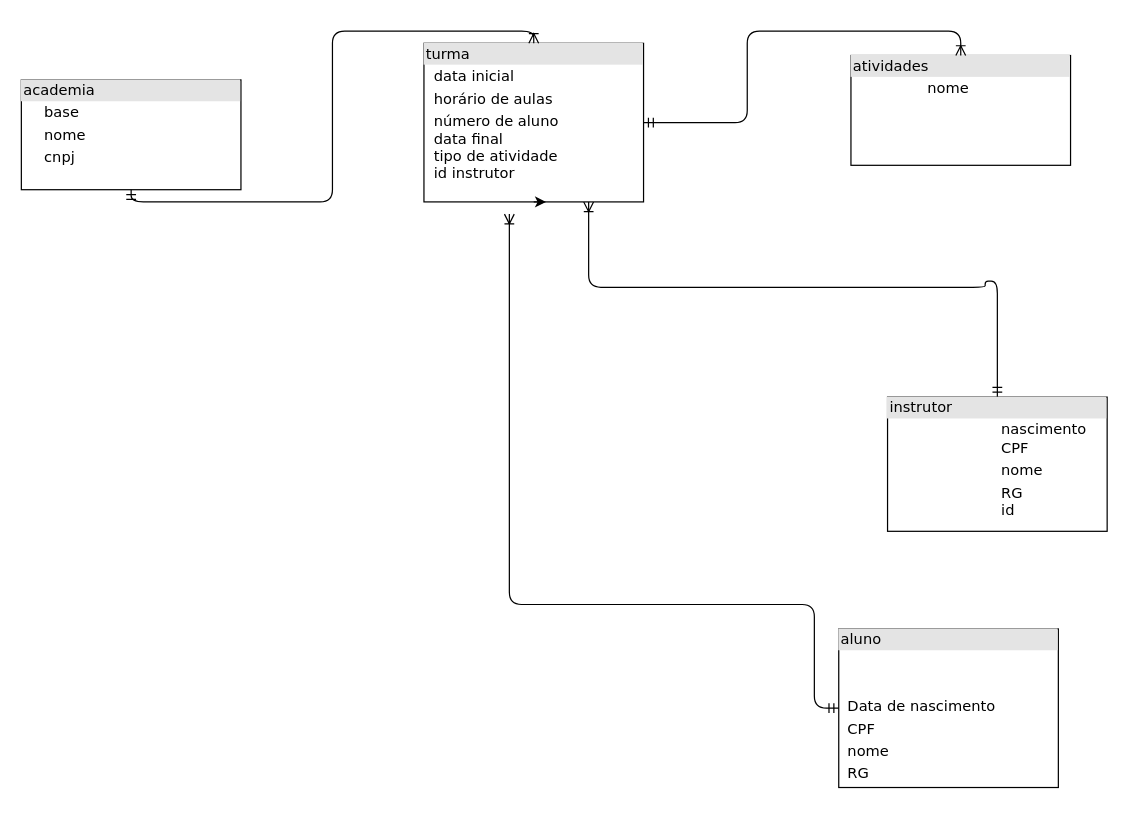
This is .drawio from K-lebb/BancoDeDados, a draw.io file, before an edit. Source tidied: cells renumbered, new cells numbered last; positions are measured from the earlier drawing's top-left corner, leaving out a move shared by most shapes. Both pictures are drawn from the tidied source at 122%, with x=0, y=0 at pixel (21, 43).
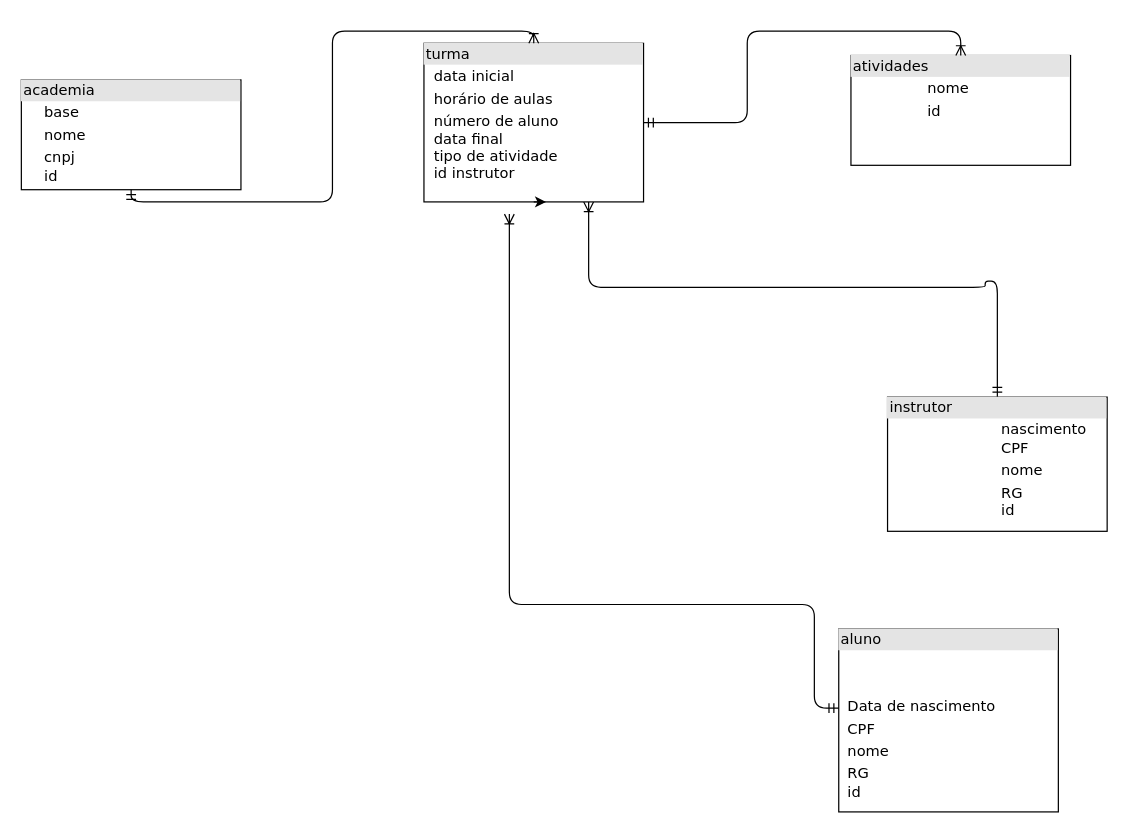
Above is the later version.

Diff of the diagram source:
```diff
@@
 <mxGraphModel>
   <root>
     <mxCell id="0" />
     <mxCell id="1" parent="0" />
-    <mxCell id="2" value="&lt;div style=&quot;box-sizing:border-box;width:100%;background:#e4e4e4;padding:2px;&quot;&gt;academia&lt;br&gt;&lt;/div&gt;&lt;table style=&quot;width:100%;font-size:1em;&quot; cellspacing=&quot;0&quot; cellpadding=&quot;2&quot;&gt;&lt;tbody&gt;&lt;tr&gt;&lt;td&gt;&lt;br&gt;&lt;/td&gt;&lt;td&gt;base&lt;br&gt;&lt;/td&gt;&lt;/tr&gt;&lt;tr&gt;&lt;td&gt;&lt;br&gt;&lt;/td&gt;&lt;td&gt;nome&lt;br&gt;&lt;/td&gt;&lt;/tr&gt;&lt;tr&gt;&lt;td&gt;&lt;/td&gt;&lt;td&gt;cnpj&lt;br&gt;&lt;/td&gt;&lt;/tr&gt;&lt;/tbody&gt;&lt;/table&gt;" style="verticalAlign=top;align=left;overflow=fill;html=1;rounded=0;shadow=0;comic=0;labelBackgroundColor=none;strokeWidth=1;fontFamily=Verdana;fontSize=12;" parent="1" vertex="1">
+    <mxCell id="2" value="&lt;div style=&quot;box-sizing:border-box;width:100%;background:#e4e4e4;padding:2px;&quot;&gt;academia&lt;br&gt;&lt;/div&gt;&lt;table style=&quot;width:100%;font-size:1em;&quot; cellspacing=&quot;0&quot; cellpadding=&quot;2&quot;&gt;&lt;tbody&gt;&lt;tr&gt;&lt;td&gt;&lt;br&gt;&lt;/td&gt;&lt;td&gt;base&lt;br&gt;&lt;/td&gt;&lt;/tr&gt;&lt;tr&gt;&lt;td&gt;&lt;br&gt;&lt;/td&gt;&lt;td&gt;nome&lt;br&gt;&lt;/td&gt;&lt;/tr&gt;&lt;tr&gt;&lt;td&gt;&lt;/td&gt;&lt;td&gt;cnpj&lt;br&gt;id&lt;br&gt;&lt;/td&gt;&lt;/tr&gt;&lt;/tbody&gt;&lt;/table&gt;" style="verticalAlign=top;align=left;overflow=fill;html=1;rounded=0;shadow=0;comic=0;labelBackgroundColor=none;strokeWidth=1;fontFamily=Verdana;fontSize=12;" parent="1" vertex="1">
       <mxGeometry y="30" width="180" height="90" as="geometry" />
     </mxCell>
     <mxCell id="3" style="edgeStyle=orthogonalEdgeStyle;html=1;labelBackgroundColor=none;startArrow=ERmandOne;endArrow=ERoneToMany;fontFamily=Verdana;fontSize=12;align=left;entryX=0.75;entryY=1;entryDx=0;entryDy=0;" parent="1" edge="1" source="4" target="7">
       <mxGeometry relative="1" as="geometry">
         <Array as="points">
           <mxPoint x="800" y="195" />
           <mxPoint x="790" y="195" />
           <mxPoint x="790" y="200" />
           <mxPoint x="465" y="200" />
         </Array>
       </mxGeometry>
     </mxCell>
     <mxCell id="4" value="&lt;div style=&quot;box-sizing: border-box ; width: 100% ; background: #e4e4e4 ; padding: 2px&quot;&gt;instrutor&lt;br&gt;&lt;/div&gt;&lt;table style=&quot;width: 100% ; font-size: 1em&quot; cellspacing=&quot;0&quot; cellpadding=&quot;2&quot;&gt;&lt;tbody&gt;&lt;tr&gt;&lt;td&gt;&lt;span style=&quot;white-space: pre;&quot;&gt;&#9;&lt;/span&gt;&lt;span style=&quot;white-space: pre;&quot;&gt;&#9;&lt;/span&gt;&lt;span style=&quot;white-space: pre;&quot;&gt;&#9;&lt;/span&gt;nascimento&lt;br&gt;&lt;span style=&quot;white-space: pre;&quot;&gt;&#9;&lt;/span&gt;&lt;span style=&quot;white-space: pre;&quot;&gt;&#9;&lt;/span&gt;&lt;span style=&quot;white-space: pre;&quot;&gt;&#9;&lt;/span&gt;CPF&lt;br&gt;&lt;/td&gt;&lt;td&gt;&lt;br&gt;&lt;/td&gt;&lt;/tr&gt;&lt;tr&gt;&lt;td&gt;&lt;span style=&quot;white-space: pre;&quot;&gt;&#9;&lt;/span&gt;&lt;span style=&quot;white-space: pre;&quot;&gt;&#9;&lt;/span&gt;&lt;span style=&quot;white-space: pre;&quot;&gt;&#9;&lt;/span&gt;nome&lt;br&gt;&lt;/td&gt;&lt;td&gt;&lt;br&gt;&lt;/td&gt;&lt;/tr&gt;&lt;tr&gt;&lt;td&gt;&lt;span style=&quot;white-space: pre;&quot;&gt;&#9;&lt;/span&gt;&lt;span style=&quot;white-space: pre;&quot;&gt;&#9;&lt;/span&gt;&lt;span style=&quot;white-space: pre;&quot;&gt;&#9;&lt;/span&gt;RG&lt;br&gt;&lt;span style=&quot;white-space: pre;&quot;&gt;&#9;&lt;/span&gt;&lt;span style=&quot;white-space: pre;&quot;&gt;&#9;&lt;/span&gt;&lt;span style=&quot;white-space: pre;&quot;&gt;&#9;&lt;/span&gt;id&lt;br&gt;&lt;br&gt;&lt;/td&gt;&lt;td&gt;&lt;br&gt;&lt;/td&gt;&lt;/tr&gt;&lt;tr&gt;&lt;td&gt;&lt;br&gt;&lt;/td&gt;&lt;td&gt;&lt;br&gt;&lt;/td&gt;&lt;/tr&gt;&lt;/tbody&gt;&lt;/table&gt;" style="verticalAlign=top;align=left;overflow=fill;html=1;rounded=0;shadow=0;comic=0;labelBackgroundColor=none;strokeWidth=1;fontFamily=Verdana;fontSize=12;" parent="1" vertex="1">
       <mxGeometry x="710" y="290" width="180" height="110" as="geometry" />
     </mxCell>
-    <mxCell id="5" value="&lt;div style=&quot;box-sizing: border-box ; width: 100% ; background: #e4e4e4 ; padding: 2px&quot;&gt;atividades&lt;br&gt;&lt;/div&gt;&lt;table style=&quot;width: 100% ; font-size: 1em&quot; cellspacing=&quot;0&quot; cellpadding=&quot;2&quot;&gt;&lt;tbody&gt;&lt;tr&gt;&lt;td&gt;&lt;span style=&quot;white-space: pre;&quot;&gt;&#9;&lt;/span&gt;&lt;span style=&quot;white-space: pre;&quot;&gt;&#9;&lt;/span&gt;nome&lt;br&gt;&lt;/td&gt;&lt;td&gt;&lt;br&gt;&lt;/td&gt;&lt;/tr&gt;&lt;tr&gt;&lt;td&gt;&lt;br&gt;&lt;/td&gt;&lt;td&gt;&lt;br&gt;&lt;/td&gt;&lt;/tr&gt;&lt;tr&gt;&lt;td&gt;&lt;br&gt;&lt;/td&gt;&lt;td&gt;&lt;br&gt;&lt;/td&gt;&lt;/tr&gt;&lt;tr&gt;&lt;td&gt;&lt;br&gt;&lt;/td&gt;&lt;td&gt;&lt;br&gt;&lt;/td&gt;&lt;/tr&gt;&lt;/tbody&gt;&lt;/table&gt;" style="verticalAlign=top;align=left;overflow=fill;html=1;rounded=0;shadow=0;comic=0;labelBackgroundColor=none;strokeWidth=1;fontFamily=Verdana;fontSize=12;" parent="1" vertex="1">
+    <mxCell id="5" value="&lt;div style=&quot;box-sizing: border-box ; width: 100% ; background: #e4e4e4 ; padding: 2px&quot;&gt;atividades&lt;br&gt;&lt;/div&gt;&lt;table style=&quot;width: 100% ; font-size: 1em&quot; cellspacing=&quot;0&quot; cellpadding=&quot;2&quot;&gt;&lt;tbody&gt;&lt;tr&gt;&lt;td&gt;&lt;span style=&quot;white-space: pre;&quot;&gt;&#9;&lt;/span&gt;&lt;span style=&quot;white-space: pre;&quot;&gt;&#9;&lt;/span&gt;nome&lt;br&gt;&lt;/td&gt;&lt;td&gt;&lt;br&gt;&lt;/td&gt;&lt;/tr&gt;&lt;tr&gt;&lt;td&gt;&lt;span style=&quot;white-space: pre;&quot;&gt;&#9;&lt;/span&gt;&lt;span style=&quot;white-space: pre;&quot;&gt;&#9;&lt;/span&gt;id&lt;br&gt;&lt;/td&gt;&lt;td&gt;&lt;br&gt;&lt;/td&gt;&lt;/tr&gt;&lt;tr&gt;&lt;td&gt;&lt;br&gt;&lt;/td&gt;&lt;td&gt;&lt;br&gt;&lt;/td&gt;&lt;/tr&gt;&lt;tr&gt;&lt;td&gt;&lt;br&gt;&lt;/td&gt;&lt;td&gt;&lt;br&gt;&lt;/td&gt;&lt;/tr&gt;&lt;/tbody&gt;&lt;/table&gt;" style="verticalAlign=top;align=left;overflow=fill;html=1;rounded=0;shadow=0;comic=0;labelBackgroundColor=none;strokeWidth=1;fontFamily=Verdana;fontSize=12;" parent="1" vertex="1">
       <mxGeometry x="680" y="10" width="180" height="90" as="geometry" />
     </mxCell>
     <mxCell id="6" style="edgeStyle=orthogonalEdgeStyle;html=1;entryX=0.5;entryY=0;labelBackgroundColor=none;startArrow=ERmandOne;endArrow=ERoneToMany;fontFamily=Verdana;fontSize=12;align=left;" parent="1" edge="1" source="7" target="5">
       <mxGeometry relative="1" as="geometry" />
     </mxCell>
     <mxCell id="7" value="&lt;div style=&quot;box-sizing:border-box;width:100%;background:#e4e4e4;padding:2px;&quot;&gt;turma&lt;br&gt;&lt;/div&gt;&lt;table style=&quot;width:100%;font-size:1em;&quot; cellspacing=&quot;0&quot; cellpadding=&quot;2&quot;&gt;&lt;tbody&gt;&lt;tr&gt;&lt;td&gt;&lt;br&gt;&lt;/td&gt;&lt;td&gt;data inicial&lt;br&gt;&lt;/td&gt;&lt;/tr&gt;&lt;tr&gt;&lt;td&gt;&lt;br&gt;&lt;/td&gt;&lt;td&gt;horário de aulas&lt;br&gt;&lt;/td&gt;&lt;/tr&gt;&lt;tr&gt;&lt;td&gt;&lt;/td&gt;&lt;td&gt;número de aluno&lt;br&gt;data final&lt;br&gt;tipo de atividade&lt;br&gt;id instrutor&lt;br&gt;&lt;/td&gt;&lt;/tr&gt;&lt;/tbody&gt;&lt;/table&gt;" style="verticalAlign=top;align=left;overflow=fill;html=1;rounded=0;shadow=0;comic=0;labelBackgroundColor=none;strokeWidth=1;fontFamily=Verdana;fontSize=12;" parent="1" vertex="1">
       <mxGeometry x="330" width="180" height="130" as="geometry" />
     </mxCell>
-    <mxCell id="8" value="&lt;div style=&quot;box-sizing: border-box ; width: 100% ; background: #e4e4e4 ; padding: 2px&quot;&gt;aluno&lt;br&gt;&lt;/div&gt;&lt;table style=&quot;width: 100% ; font-size: 1em&quot; cellspacing=&quot;0&quot; cellpadding=&quot;2&quot;&gt;&lt;tbody&gt;&lt;tr&gt;&lt;td&gt;&lt;br&gt;&lt;/td&gt;&lt;td&gt;&lt;br&gt;&lt;/td&gt;&lt;/tr&gt;&lt;tr&gt;&lt;td&gt;&lt;br&gt;&lt;/td&gt;&lt;td&gt;&lt;br&gt;&lt;/td&gt;&lt;/tr&gt;&lt;tr&gt;&lt;td&gt;&lt;/td&gt;&lt;td&gt;Data de nascimento&lt;br&gt;&lt;/td&gt;&lt;/tr&gt;&lt;tr&gt;&lt;td&gt;&lt;br&gt;&lt;/td&gt;&lt;td&gt;CPF&lt;br&gt;&lt;/td&gt;&lt;/tr&gt;&lt;tr&gt;&lt;td&gt;&lt;br&gt;&lt;/td&gt;&lt;td&gt;nome&lt;br&gt;&lt;/td&gt;&lt;/tr&gt;&lt;tr&gt;&lt;td&gt;&lt;br&gt;&lt;/td&gt;&lt;td&gt;RG&lt;br&gt;&lt;/td&gt;&lt;/tr&gt;&lt;/tbody&gt;&lt;/table&gt;" style="verticalAlign=top;align=left;overflow=fill;html=1;rounded=0;shadow=0;comic=0;labelBackgroundColor=none;strokeWidth=1;fontFamily=Verdana;fontSize=12;" parent="1" vertex="1">
-      <mxGeometry x="670" y="480" width="180" height="130" as="geometry" />
+    <mxCell id="8" value="&lt;div style=&quot;box-sizing: border-box ; width: 100% ; background: #e4e4e4 ; padding: 2px&quot;&gt;aluno&lt;br&gt;&lt;/div&gt;&lt;table style=&quot;width: 100% ; font-size: 1em&quot; cellspacing=&quot;0&quot; cellpadding=&quot;2&quot;&gt;&lt;tbody&gt;&lt;tr&gt;&lt;td&gt;&lt;br&gt;&lt;/td&gt;&lt;td&gt;&lt;br&gt;&lt;/td&gt;&lt;/tr&gt;&lt;tr&gt;&lt;td&gt;&lt;br&gt;&lt;/td&gt;&lt;td&gt;&lt;br&gt;&lt;/td&gt;&lt;/tr&gt;&lt;tr&gt;&lt;td&gt;&lt;/td&gt;&lt;td&gt;Data de nascimento&lt;br&gt;&lt;/td&gt;&lt;/tr&gt;&lt;tr&gt;&lt;td&gt;&lt;br&gt;&lt;/td&gt;&lt;td&gt;CPF&lt;br&gt;&lt;/td&gt;&lt;/tr&gt;&lt;tr&gt;&lt;td&gt;&lt;br&gt;&lt;/td&gt;&lt;td&gt;nome&lt;br&gt;&lt;/td&gt;&lt;/tr&gt;&lt;tr&gt;&lt;td&gt;&lt;br&gt;&lt;/td&gt;&lt;td&gt;RG&lt;br&gt;id&lt;br&gt;&lt;/td&gt;&lt;/tr&gt;&lt;/tbody&gt;&lt;/table&gt;" style="verticalAlign=top;align=left;overflow=fill;html=1;rounded=0;shadow=0;comic=0;labelBackgroundColor=none;strokeWidth=1;fontFamily=Verdana;fontSize=12;" parent="1" vertex="1">
+      <mxGeometry x="670" y="480" width="180" height="150" as="geometry" />
     </mxCell>
     <mxCell id="9" style="edgeStyle=orthogonalEdgeStyle;html=1;endArrow=ERoneToMany;startArrow=ERmandOne;labelBackgroundColor=none;fontFamily=Verdana;fontSize=12;align=left;exitX=0.5;exitY=1;entryX=0.5;entryY=0;" parent="1" edge="1" source="2" target="7">
       <mxGeometry relative="1" as="geometry" />
     </mxCell>
     <mxCell id="10" style="edgeStyle=orthogonalEdgeStyle;html=1;endArrow=ERoneToMany;startArrow=ERmandOne;labelBackgroundColor=none;fontFamily=Verdana;fontSize=12;align=left;" parent="1" edge="1" source="8">
       <mxGeometry relative="1" as="geometry">
         <mxPoint x="400" y="140" as="targetPoint" />
         <Array as="points">
           <mxPoint x="650" y="545" />
           <mxPoint x="650" y="460" />
           <mxPoint x="400" y="460" />
         </Array>
       </mxGeometry>
     </mxCell>
     <mxCell id="11" style="edgeStyle=orthogonalEdgeStyle;rounded=0;orthogonalLoop=1;jettySize=auto;html=1;exitX=0.5;exitY=1;exitDx=0;exitDy=0;entryX=0.556;entryY=1;entryDx=0;entryDy=0;entryPerimeter=0;" parent="1" edge="1" source="7" target="7">
       <mxGeometry relative="1" as="geometry" />
     </mxCell>
   </root>
 </mxGraphModel>
```
